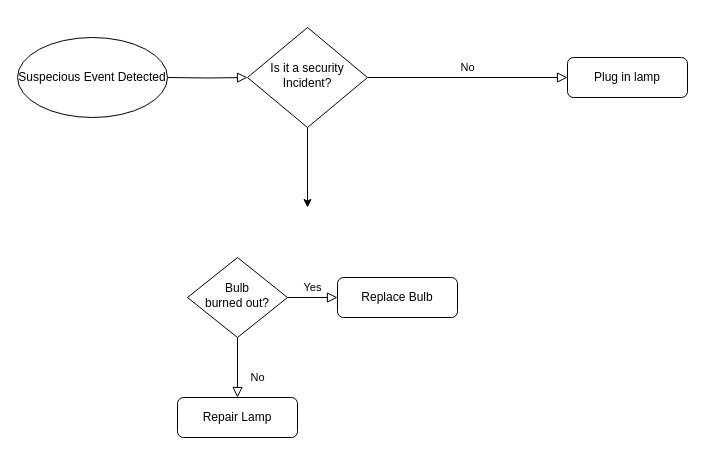
The draw.io diagram Untitled Diagram.drawio in Harvey-Sijenyi/Incident-Response-Plan, before the edit. Source tidied: cells renumbered, new cells numbered last; positions are measured from the earlier drawing's top-left corner, leaving out a move shared by most shapes. Both pictures are drawn from the tidied source at 100%, with x=0, y=0 at pixel (17, 27).
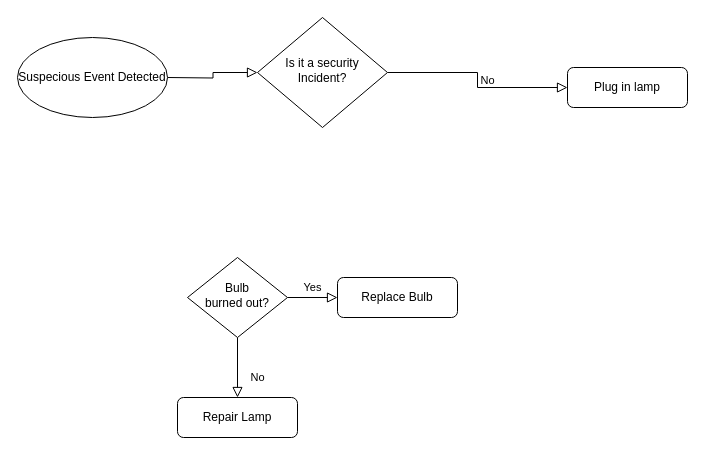
The same diagram, later.

Diff of the diagram source:
```diff
@@
 <mxGraphModel>
   <root>
     <mxCell id="0" />
     <mxCell id="1" parent="0" />
     <mxCell id="2" style="rounded=0;html=1;jettySize=auto;fontSize=11;endArrow=block;endFill=0;endSize=8;strokeWidth=1;shadow=0;labelBackgroundColor=none;edgeStyle=orthogonalEdgeStyle;" parent="1" edge="1" target="4">
       <mxGeometry relative="1" as="geometry">
         <mxPoint x="150" y="50" as="sourcePoint" />
       </mxGeometry>
     </mxCell>
     <mxCell id="3" value="No" style="edgeStyle=orthogonalEdgeStyle;rounded=0;html=1;jettySize=auto;fontSize=11;endArrow=block;endFill=0;endSize=8;strokeWidth=1;shadow=0;labelBackgroundColor=none;" parent="1" edge="1" source="4" target="5">
-      <mxGeometry y="10" relative="1" as="geometry" />
+      <mxGeometry y="10" relative="1" as="geometry">
+        <Array as="points">
+          <mxPoint x="460" y="45" />
+          <mxPoint x="460" y="60" />
+        </Array>
+      </mxGeometry>
     </mxCell>
     <mxCell id="4" value="Is it a security Incident?" style="rhombus;whiteSpace=wrap;html=1;shadow=0;fontFamily=Helvetica;fontSize=12;align=center;strokeWidth=1;spacing=6;spacingTop=-4;" parent="1" vertex="1">
-      <mxGeometry x="230" width="120" height="100" as="geometry" />
+      <mxGeometry x="240" y="-10" width="130" height="110" as="geometry" />
     </mxCell>
     <mxCell id="5" value="Plug in lamp" style="rounded=1;whiteSpace=wrap;html=1;fontSize=12;glass=0;strokeWidth=1;shadow=0;" parent="1" vertex="1">
-      <mxGeometry x="550" y="30" width="120" height="40" as="geometry" />
+      <mxGeometry x="550" y="40" width="120" height="40" as="geometry" />
     </mxCell>
     <mxCell id="6" value="No" style="rounded=0;html=1;jettySize=auto;fontSize=11;endArrow=block;endFill=0;endSize=8;strokeWidth=1;shadow=0;labelBackgroundColor=none;edgeStyle=orthogonalEdgeStyle;" parent="1" edge="1" source="8" target="9">
       <mxGeometry x="0.33" y="20" relative="1" as="geometry" />
     </mxCell>
     <mxCell id="7" value="Yes" style="edgeStyle=orthogonalEdgeStyle;rounded=0;html=1;jettySize=auto;fontSize=11;endArrow=block;endFill=0;endSize=8;strokeWidth=1;shadow=0;labelBackgroundColor=none;" parent="1" edge="1" source="8" target="10">
       <mxGeometry y="10" relative="1" as="geometry" />
     </mxCell>
     <mxCell id="8" value="Bulb&lt;br&gt;burned out?" style="rhombus;whiteSpace=wrap;html=1;shadow=0;fontFamily=Helvetica;fontSize=12;align=center;strokeWidth=1;spacing=6;spacingTop=-4;" parent="1" vertex="1">
       <mxGeometry x="170" y="230" width="100" height="80" as="geometry" />
     </mxCell>
     <mxCell id="9" value="Repair Lamp" style="rounded=1;whiteSpace=wrap;html=1;fontSize=12;glass=0;strokeWidth=1;shadow=0;" parent="1" vertex="1">
       <mxGeometry x="160" y="370" width="120" height="40" as="geometry" />
     </mxCell>
     <mxCell id="10" value="Replace Bulb" style="rounded=1;whiteSpace=wrap;html=1;fontSize=12;glass=0;strokeWidth=1;shadow=0;" parent="1" vertex="1">
       <mxGeometry x="320" y="250" width="120" height="40" as="geometry" />
     </mxCell>
     <mxCell id="11" value="Suspecious Event Detected" style="ellipse;whiteSpace=wrap;html=1;" parent="1" vertex="1">
       <mxGeometry y="10" width="150" height="80" as="geometry" />
     </mxCell>
-    <mxCell id="12" style="endArrow=classic;html=1;rounded=0;exitX=0.5;exitY=1;exitDx=0;exitDy=0;" parent="1" edge="1" source="4">
-      <mxGeometry relative="1" as="geometry">
-        <mxPoint x="290" y="180" as="targetPoint" />
-      </mxGeometry>
-    </mxCell>
   </root>
 </mxGraphModel>
```
